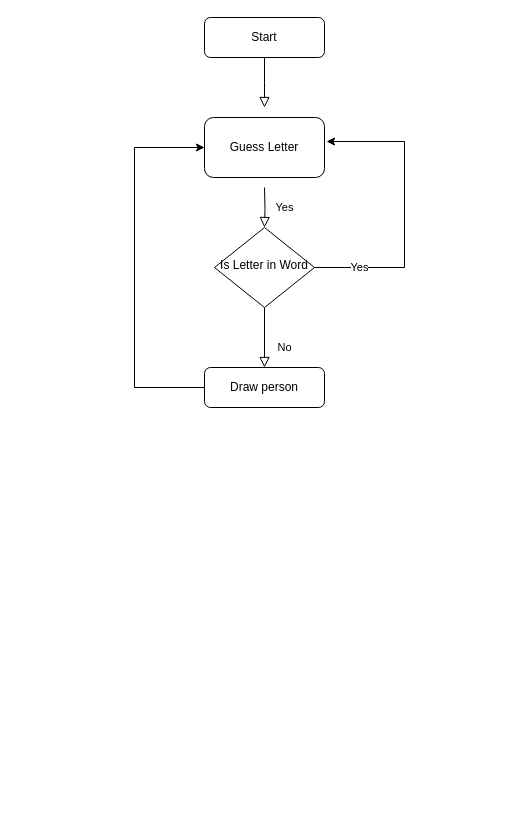
Earlier version of the draw.io diagram Untitled Diagram.drawio (zabangwaj/Hangman). Source tidied: cells renumbered, new cells numbered last; positions are measured from the earlier drawing's top-left corner, leaving out a move shared by most shapes. Both pictures are drawn from the tidied source at 100%, with x=0, y=0 at pixel (134, 17).
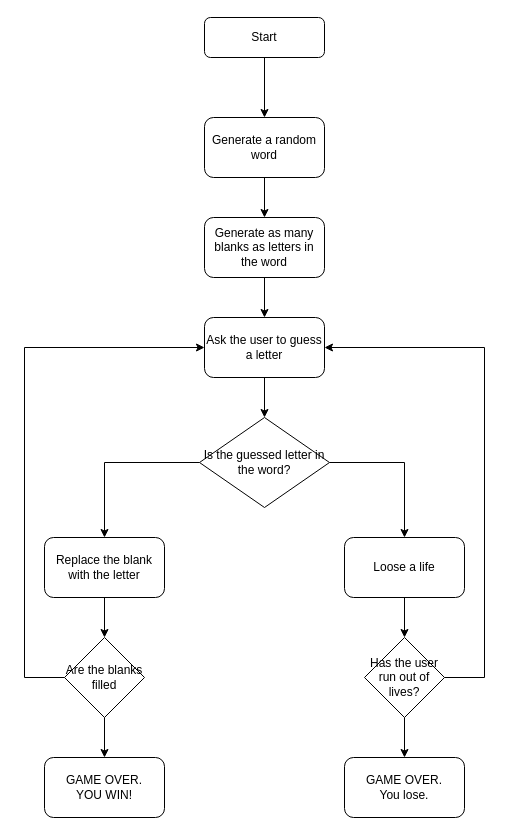
Above is the later version.

The change refers to these unchanged cells:
```xml
<mxCell id="3" value="Start" style="rounded=1;whiteSpace=wrap;html=1;fontSize=12;glass=0;strokeWidth=1;shadow=0;" parent="1" vertex="1">
  <mxGeometry x="70" width="120" height="40" as="geometry" />
</mxCell>
```

Diff of the diagram source:
```diff
@@
-    <mxCell id="2" style="rounded=0;html=1;jettySize=auto;fontSize=11;endArrow=block;endFill=0;endSize=8;strokeWidth=1;shadow=0;labelBackgroundColor=none;edgeStyle=orthogonalEdgeStyle;" parent="1" edge="1" source="3">
-      <mxGeometry relative="1" as="geometry">
-        <mxPoint x="130" y="90" as="targetPoint" />
-      </mxGeometry>
-    </mxCell>
@@
-    <mxCell id="4" value="Yes" style="rounded=0;html=1;jettySize=auto;fontSize=11;endArrow=block;endFill=0;endSize=8;strokeWidth=1;shadow=0;labelBackgroundColor=none;edgeStyle=orthogonalEdgeStyle;" parent="1" edge="1" target="6">
-      <mxGeometry y="20" relative="1" as="geometry">
-        <mxPoint x="130" y="170" as="sourcePoint" />
-      </mxGeometry>
-    </mxCell>
-    <mxCell id="5" value="No" style="rounded=0;html=1;jettySize=auto;fontSize=11;endArrow=block;endFill=0;endSize=8;strokeWidth=1;shadow=0;labelBackgroundColor=none;edgeStyle=orthogonalEdgeStyle;" parent="1" edge="1" source="6" target="7">
-      <mxGeometry x="0.33" y="20" relative="1" as="geometry" />
-    </mxCell>
-    <mxCell id="6" value="Is Letter in Word" style="rhombus;whiteSpace=wrap;html=1;shadow=0;fontFamily=Helvetica;fontSize=12;align=center;strokeWidth=1;spacing=6;spacingTop=-4;" parent="1" vertex="1">
-      <mxGeometry x="80" y="210" width="100" height="80" as="geometry" />
-    </mxCell>
-    <mxCell id="7" value="Draw person" style="rounded=1;whiteSpace=wrap;html=1;fontSize=12;glass=0;strokeWidth=1;shadow=0;" parent="1" vertex="1">
-      <mxGeometry x="70" y="350" width="120" height="40" as="geometry" />
-    </mxCell>
-    <mxCell id="8" value="Guess Letter" style="rounded=1;whiteSpace=wrap;html=1;" parent="1" vertex="1">
+    <mxCell id="8" value="Generate a random word" style="rounded=1;whiteSpace=wrap;html=1;" parent="1" vertex="1">
       <mxGeometry x="70" y="100" width="120" height="60" as="geometry" />
     </mxCell>
-    <mxCell id="9" value="Yes" style="endArrow=none;html=1;rounded=0;exitX=1;exitY=0.5;exitDx=0;exitDy=0;" parent="1" edge="1" source="6">
-      <mxGeometry relative="1" as="geometry">
-        <mxPoint x="270" y="250" as="targetPoint" />
-      </mxGeometry>
-    </mxCell>
-    <mxCell id="10" style="endArrow=classic;html=1;rounded=0;entryX=1.017;entryY=0.4;entryDx=0;entryDy=0;entryPerimeter=0;" parent="1" edge="1" target="8">
-      <mxGeometry relative="1" as="geometry">
-        <mxPoint x="270" y="250" as="sourcePoint" />
-        <Array as="points">
-          <mxPoint x="270" y="124" />
-        </Array>
-      </mxGeometry>
-    </mxCell>
-    <mxCell id="11" style="endArrow=none;html=1;rounded=0;exitX=0;exitY=0.5;exitDx=0;exitDy=0;" parent="1" edge="1" source="7">
-      <mxGeometry relative="1" as="geometry">
-        <mxPoint y="130" as="targetPoint" />
-        <Array as="points">
-          <mxPoint y="370" />
-        </Array>
-      </mxGeometry>
-    </mxCell>
-    <mxCell id="12" style="endArrow=classic;html=1;rounded=0;" parent="1" edge="1">
-      <mxGeometry relative="1" as="geometry">
-        <mxPoint y="130" as="sourcePoint" />
-        <mxPoint x="70" y="130" as="targetPoint" />
-      </mxGeometry>
-    </mxCell>
+    <mxCell id="13" style="endArrow=classic;html=1;rounded=0;exitX=0.5;exitY=1;exitDx=0;exitDy=0;entryX=0.5;entryY=0;entryDx=0;entryDy=0;" parent="1" edge="1" source="3" target="8">
+      <mxGeometry relative="1" as="geometry" />
+    </mxCell>
+    <mxCell id="14" value="Generate as many blanks as letters in the word" style="rounded=1;whiteSpace=wrap;html=1;" parent="1" vertex="1">
+      <mxGeometry x="70" y="200" width="120" height="60" as="geometry" />
+    </mxCell>
+    <mxCell id="15" value="Ask the user to guess a letter" style="rounded=1;whiteSpace=wrap;html=1;" parent="1" vertex="1">
+      <mxGeometry x="70" y="300" width="120" height="60" as="geometry" />
+    </mxCell>
+    <mxCell id="16" style="endArrow=classic;html=1;rounded=0;exitX=0.5;exitY=1;exitDx=0;exitDy=0;entryX=0.5;entryY=0;entryDx=0;entryDy=0;" parent="1" edge="1" source="8" target="14">
+      <mxGeometry relative="1" as="geometry" />
+    </mxCell>
+    <mxCell id="17" style="endArrow=classic;html=1;rounded=0;exitX=0.5;exitY=1;exitDx=0;exitDy=0;entryX=0.5;entryY=0;entryDx=0;entryDy=0;" parent="1" edge="1" source="14" target="15">
+      <mxGeometry relative="1" as="geometry" />
+    </mxCell>
+    <mxCell id="18" value="Is the guessed letter in the word?" style="rhombus;whiteSpace=wrap;html=1;" parent="1" vertex="1">
+      <mxGeometry x="65" y="400" width="130" height="90" as="geometry" />
+    </mxCell>
+    <mxCell id="19" style="endArrow=classic;html=1;rounded=0;exitX=0.5;exitY=1;exitDx=0;exitDy=0;" parent="1" edge="1" source="15" target="18">
+      <mxGeometry relative="1" as="geometry" />
+    </mxCell>
+    <mxCell id="20" value="Replace the blank with the letter" style="rounded=1;whiteSpace=wrap;html=1;" parent="1" vertex="1">
+      <mxGeometry x="-90" y="520" width="120" height="60" as="geometry" />
+    </mxCell>
+    <mxCell id="21" value="Loose a life" style="rounded=1;whiteSpace=wrap;html=1;" parent="1" vertex="1">
+      <mxGeometry x="210" y="520" width="120" height="60" as="geometry" />
+    </mxCell>
+    <mxCell id="22" value="Are the blanks filled" style="rhombus;whiteSpace=wrap;html=1;" parent="1" vertex="1">
+      <mxGeometry x="-70" y="620" width="80" height="80" as="geometry" />
+    </mxCell>
+    <mxCell id="23" value="Has the user run out of lives?" style="rhombus;whiteSpace=wrap;html=1;" parent="1" vertex="1">
+      <mxGeometry x="230" y="620" width="80" height="80" as="geometry" />
+    </mxCell>
+    <mxCell id="24" value="GAME OVER.&lt;br&gt;YOU WIN!" style="rounded=1;whiteSpace=wrap;html=1;" parent="1" vertex="1">
+      <mxGeometry x="-90" y="740" width="120" height="60" as="geometry" />
+    </mxCell>
+    <mxCell id="25" value="GAME OVER.&lt;br&gt;You lose." style="rounded=1;whiteSpace=wrap;html=1;" parent="1" vertex="1">
+      <mxGeometry x="210" y="740" width="120" height="60" as="geometry" />
+    </mxCell>
+    <mxCell id="26" style="endArrow=classic;html=1;rounded=0;exitX=0.5;exitY=1;exitDx=0;exitDy=0;entryX=0.5;entryY=0;entryDx=0;entryDy=0;" parent="1" edge="1" source="23" target="25">
+      <mxGeometry relative="1" as="geometry" />
+    </mxCell>
+    <mxCell id="27" style="endArrow=classic;html=1;rounded=0;exitX=0.5;exitY=1;exitDx=0;exitDy=0;entryX=0.5;entryY=0;entryDx=0;entryDy=0;" parent="1" edge="1" source="22" target="24">
+      <mxGeometry relative="1" as="geometry" />
+    </mxCell>
+    <mxCell id="28" style="endArrow=classic;html=1;rounded=0;exitX=0;exitY=0.5;exitDx=0;exitDy=0;entryX=0.5;entryY=0;entryDx=0;entryDy=0;" parent="1" edge="1" source="18" target="20">
+      <mxGeometry relative="1" as="geometry">
+        <Array as="points">
+          <mxPoint x="-30" y="445" />
+        </Array>
+      </mxGeometry>
+    </mxCell>
+    <mxCell id="29" style="endArrow=classic;html=1;rounded=0;entryX=0.5;entryY=0;entryDx=0;entryDy=0;exitX=1;exitY=0.5;exitDx=0;exitDy=0;" parent="1" edge="1" source="18" target="21">
+      <mxGeometry relative="1" as="geometry">
+        <Array as="points">
+          <mxPoint x="270" y="445" />
+        </Array>
+      </mxGeometry>
+    </mxCell>
+    <mxCell id="30" style="endArrow=classic;html=1;rounded=0;exitX=0.5;exitY=1;exitDx=0;exitDy=0;" parent="1" edge="1" source="21" target="23">
+      <mxGeometry relative="1" as="geometry" />
+    </mxCell>
+    <mxCell id="31" style="endArrow=classic;html=1;rounded=0;exitX=0.5;exitY=1;exitDx=0;exitDy=0;entryX=0.5;entryY=0;entryDx=0;entryDy=0;" parent="1" edge="1" source="20" target="22">
+      <mxGeometry relative="1" as="geometry" />
+    </mxCell>
+    <mxCell id="32" style="endArrow=classic;html=1;rounded=0;exitX=1;exitY=0.5;exitDx=0;exitDy=0;entryX=1;entryY=0.5;entryDx=0;entryDy=0;" parent="1" edge="1" source="23" target="15">
+      <mxGeometry relative="1" as="geometry">
+        <Array as="points">
+          <mxPoint x="350" y="660" />
+          <mxPoint x="350" y="330" />
+        </Array>
+      </mxGeometry>
+    </mxCell>
+    <mxCell id="33" style="endArrow=classic;html=1;rounded=0;exitX=0;exitY=0.5;exitDx=0;exitDy=0;entryX=0;entryY=0.5;entryDx=0;entryDy=0;" parent="1" edge="1" source="22" target="15">
+      <mxGeometry relative="1" as="geometry">
+        <Array as="points">
+          <mxPoint x="-110" y="660" />
+          <mxPoint x="-110" y="330" />
+        </Array>
+      </mxGeometry>
+    </mxCell>
```
